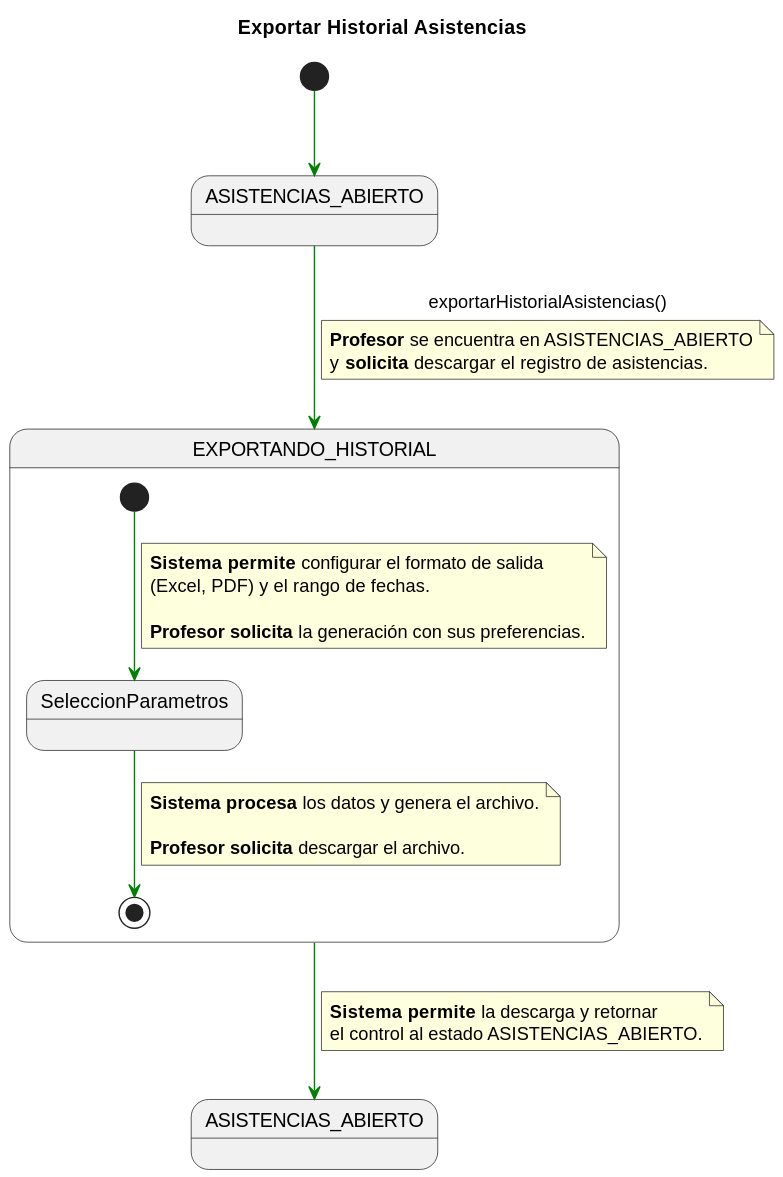
Before: documents/requisitado/02-detalle/Profesor/exportarHistorialAsistencias.svg, a diagram exported from PlantUML (jerdier/25-26-idsw2-sdVC).
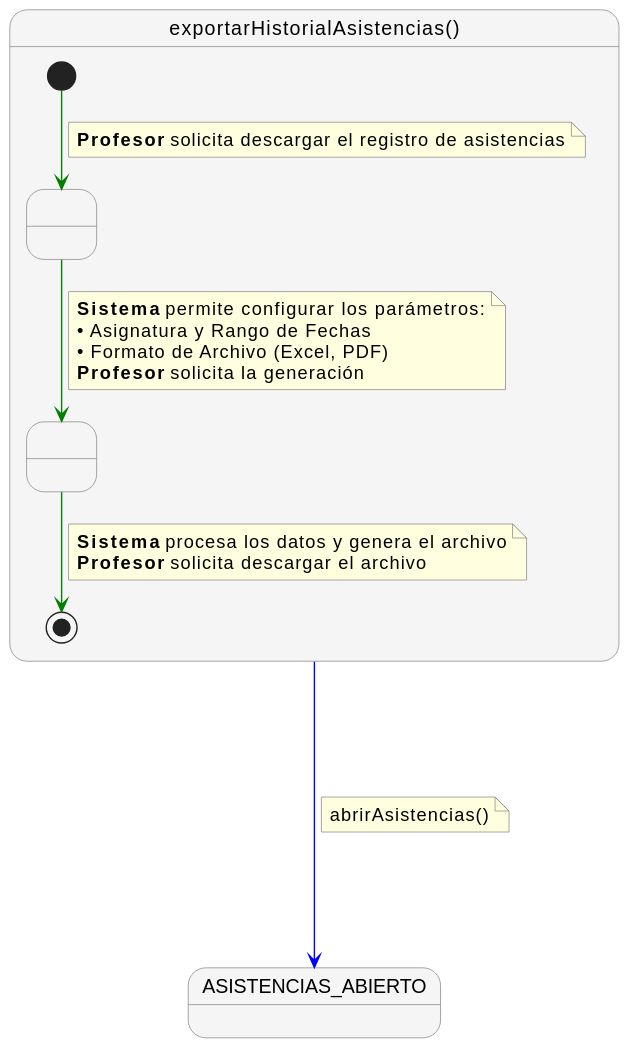
Above is the later version.

The edit, as a diff of the source:
```diff
@@ -1,42 +1,40 @@
 @startuml
-title Exportar Historial Asistencias
+skinparam nodesep 60
+skinparam ranksep 60
 skinparam linetype polyline
+skinparam NoteBackgroundColor lightyellow
+skinparam NoteBorderColor gray
+skinparam StateBackgroundColor #F5F5F5
+skinparam StateBorderColor gray
 
-state ASISTENCIAS_ABIERTO_INICIAL as "ASISTENCIAS_ABIERTO"
-state PROCESO_EXPORTACION_COMP    as "EXPORTANDO_HISTORIAL"
-state ASISTENCIAS_ABIERTO_FINAL   as "ASISTENCIAS_ABIERTO"
+state "exportarHistorialAsistencias()" as exportarHistorialAsistencias {
+    state " " as Paso1
+    state " " as Paso2
 
-[*] -[#green]-> ASISTENCIAS_ABIERTO_INICIAL
-
-ASISTENCIAS_ABIERTO_INICIAL -[#green]-> PROCESO_EXPORTACION_COMP : exportarHistorialAsistencias()
-note on link
-<b>Profesor</b> se encuentra en ASISTENCIAS_ABIERTO
-y <b>solicita</b> descargar el registro de asistencias.
-end note
-
-state PROCESO_EXPORTACION_COMP {
-
-    state SeleccionParametros
-
-    [*] -[#green]-> SeleccionParametros
+    [*] -[#green]-> Paso1
     note on link
-    <b>Sistema permite</b> configurar el formato de salida
-    (Excel, PDF) y el rango de fechas.
-
-    <b>Profesor solicita</b> la generación con sus preferencias.
+      <b>Profesor</b> solicita descargar el registro de asistencias
     end note
 
-    SeleccionParametros -[#green]-> [*]
+    Paso1 -[#green]-> Paso2
     note on link
-    <b>Sistema procesa</b> los datos y genera el archivo.
+      <b>Sistema</b> permite configurar los parámetros:
+      • Asignatura y Rango de Fechas
+      • Formato de Archivo (Excel, PDF)
+      <b>Profesor</b> solicita la generación
+    end note
 
-    <b>Profesor solicita</b> descargar el archivo.
+    Paso2 -[#green]-> [*]
+    note on link
+      <b>Sistema</b> procesa los datos y genera el archivo
+      <b>Profesor</b> solicita descargar el archivo
     end note
 }
 
-PROCESO_EXPORTACION_COMP -[#green]-> ASISTENCIAS_ABIERTO_FINAL
-note on link
-<b>Sistema permite</b> la descarga y retornar
-el control al estado ASISTENCIAS_ABIERTO.
+state "ASISTENCIAS_ABIERTO" as ASISTENCIAS_ABIERTO
+
+exportarHistorialAsistencias -[#blue]---> ASISTENCIAS_ABIERTO
+note right on link
+  abrirAsistencias()
 end note
 @enduml
```
